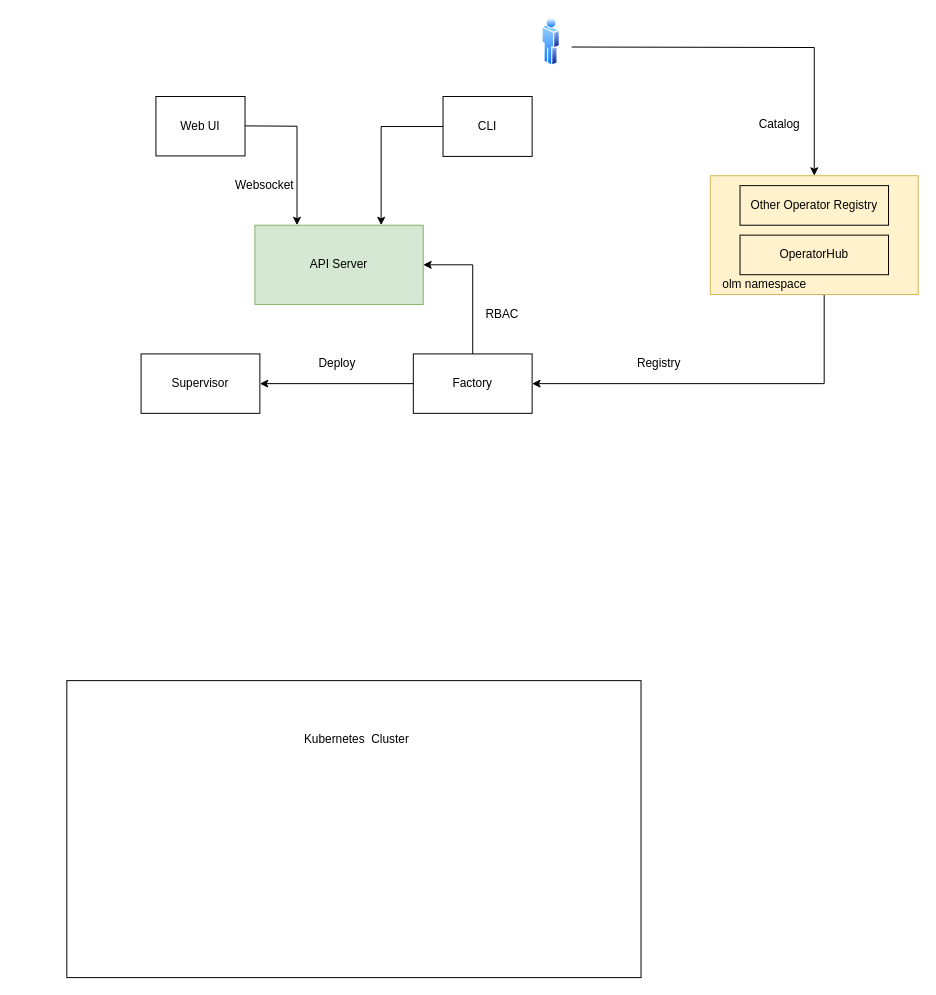
Earlier version of the draw.io diagram docs/olm.drawio (vanguoo/Distributed-Measurement-System). Source tidied: cells renumbered, new cells numbered last; positions are measured from the earlier drawing's top-left corner, leaving out a move shared by most shapes. Both pictures are drawn from the tidied source at 99%, with x=0, y=0 at pixel (66, 17).
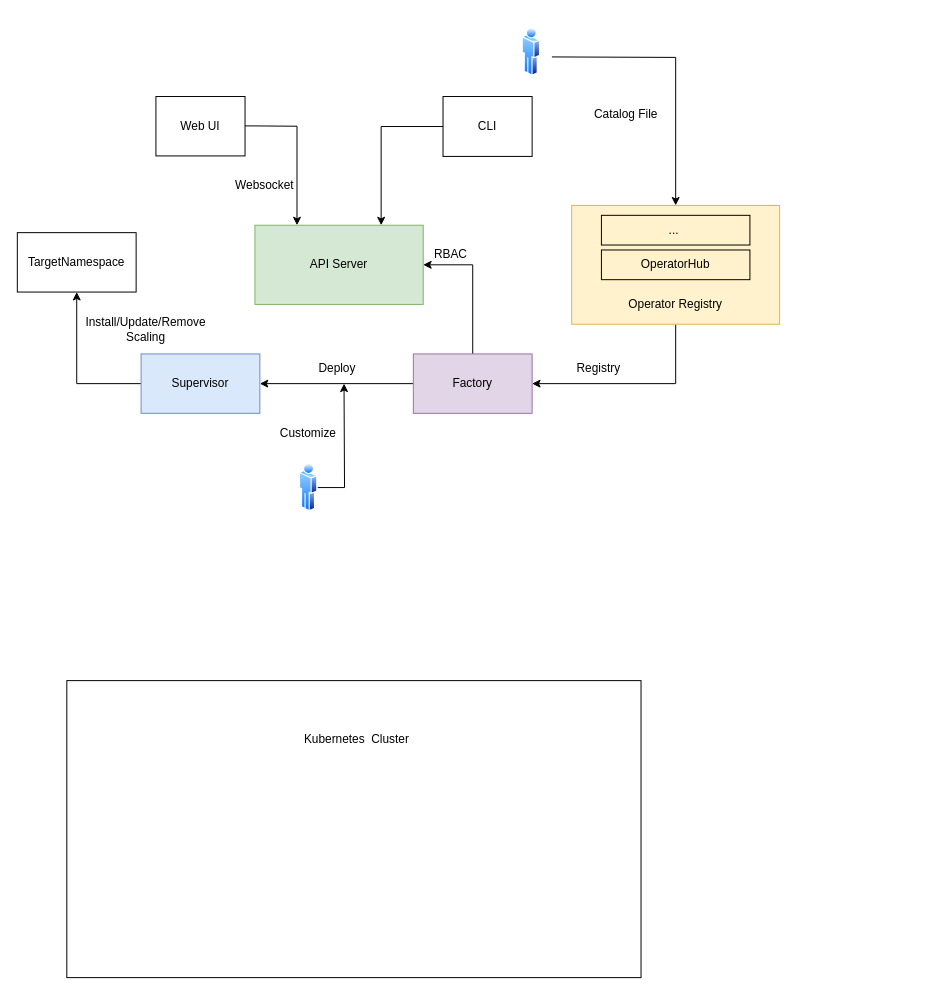
The same diagram, later.

What changed in the source:
```diff
@@
     <mxCell id="2" style="edgeStyle=orthogonalEdgeStyle;rounded=0;jettySize=auto;html=1;" parent="1" edge="1" target="15">
       <mxGeometry relative="1" as="geometry">
-        <mxPoint x="510" y="30" as="sourcePoint" />
+        <mxPoint x="490" y="40" as="sourcePoint" />
       </mxGeometry>
     </mxCell>
@@
+    <mxCell id="25" style="edgeStyle=orthogonalEdgeStyle;rounded=0;jettySize=auto;html=1;entryX=0.5;entryY=1;entryDx=0;entryDy=0;" parent="1" edge="1" source="10" target="27">
+      <mxGeometry relative="1" as="geometry" />
+    </mxCell>
-    <mxCell id="10" value="Supervisor" style="rounded=0;whiteSpace=wrap;html=1;fillColor=none;" parent="1" vertex="1">
+    <mxCell id="10" value="Supervisor" style="rounded=0;whiteSpace=wrap;html=1;fillColor=#dae8fc;strokeColor=#6c8ebf;" parent="1" vertex="1">
       <mxGeometry x="75" y="340" width="120" height="60" as="geometry" />
     </mxCell>
@@
-    <mxCell id="13" value="Factory" style="rounded=0;whiteSpace=wrap;html=1;fillColor=none;" parent="1" vertex="1">
+    <mxCell id="13" value="Factory" style="rounded=0;whiteSpace=wrap;html=1;fillColor=#e1d5e7;strokeColor=#9673a6;" parent="1" vertex="1">
       <mxGeometry x="350" y="340" width="120" height="60" as="geometry" />
     </mxCell>
-    <mxCell id="14" style="edgeStyle=orthogonalEdgeStyle;rounded=0;jettySize=auto;html=1;exitX=0.25;exitY=1;exitDx=0;exitDy=0;entryX=1;entryY=0.5;entryDx=0;entryDy=0;" parent="1" edge="1" source="15" target="13">
-      <mxGeometry relative="1" as="geometry">
-        <Array as="points">
-          <mxPoint x="765" y="270" />
-          <mxPoint x="765" y="370" />
-        </Array>
-      </mxGeometry>
+    <mxCell id="14" style="edgeStyle=orthogonalEdgeStyle;rounded=0;jettySize=auto;html=1;exitX=0.5;exitY=1;exitDx=0;exitDy=0;entryX=1;entryY=0.5;entryDx=0;entryDy=0;" parent="1" edge="1" source="15" target="13">
+      <mxGeometry relative="1" as="geometry" />
     </mxCell>
     <mxCell id="15" style="rounded=0;whiteSpace=wrap;html=1;align=left;strokeColor=#d6b656;fillColor=#fff2cc;" parent="1" vertex="1">
-      <mxGeometry x="650" y="160" width="210" height="120" as="geometry" />
+      <mxGeometry x="510" y="190" width="210" height="120" as="geometry" />
     </mxCell>
     <mxCell id="16" style="perimeter=ellipsePerimeter;html=1;align=center;shadow=0;dashed=0;spacingTop=3;image;image=img/lib/active_directory/user.svg;fillColor=none;" parent="1" vertex="1">
-      <mxGeometry x="480" width="18.5" height="50" as="geometry" />
+      <mxGeometry x="460" y="10" width="18.5" height="50" as="geometry" />
     </mxCell>
-    <mxCell id="17" value="Catalog" style="text;html=1;strokeColor=none;fillColor=none;align=center;verticalAlign=middle;whiteSpace=wrap;rounded=0;" parent="1" vertex="1">
-      <mxGeometry x="680" y="100" width="80" height="16" as="geometry" />
+    <mxCell id="17" value="Catalog File" style="text;html=1;strokeColor=none;fillColor=none;align=center;verticalAlign=middle;whiteSpace=wrap;rounded=0;" parent="1" vertex="1">
+      <mxGeometry x="525" y="90" width="80" height="16" as="geometry" />
     </mxCell>
     <mxCell id="18" value="OperatorHub" style="rounded=0;whiteSpace=wrap;html=1;fillColor=none;" parent="1" vertex="1">
-      <mxGeometry x="680" y="220" width="150" height="40" as="geometry" />
+      <mxGeometry x="540" y="235" width="150" height="30" as="geometry" />
     </mxCell>
     <mxCell id="19" value="RBAC" style="text;html=1;strokeColor=none;fillColor=none;align=center;verticalAlign=middle;whiteSpace=wrap;rounded=0;" parent="1" vertex="1">
-      <mxGeometry x="420" y="290" width="40" height="20" as="geometry" />
+      <mxGeometry x="367.5" y="230" width="40" height="20" as="geometry" />
     </mxCell>
     <mxCell id="20" value="Registry&amp;nbsp;" style="text;html=1;strokeColor=none;fillColor=none;align=center;verticalAlign=middle;whiteSpace=wrap;rounded=0;" parent="1" vertex="1">
-      <mxGeometry x="560" y="342" width="80" height="16" as="geometry" />
+      <mxGeometry x="498.5" y="347" width="80" height="16" as="geometry" />
     </mxCell>
@@
-    <mxCell id="22" value="olm namespace" style="text;html=1;strokeColor=none;fillColor=none;align=center;verticalAlign=middle;whiteSpace=wrap;rounded=0;" parent="1" vertex="1">
-      <mxGeometry x="650" y="260" width="110" height="20" as="geometry" />
-    </mxCell>
-    <mxCell id="23" value="Other Operator Registry" style="rounded=0;whiteSpace=wrap;html=1;fillColor=none;" parent="1" vertex="1">
-      <mxGeometry x="680" y="170" width="150" height="40" as="geometry" />
+    <mxCell id="23" value="...&amp;nbsp;" style="rounded=0;whiteSpace=wrap;html=1;fillColor=none;" parent="1" vertex="1">
+      <mxGeometry x="540" y="200" width="150" height="30" as="geometry" />
     </mxCell>
     <mxCell id="24" value="Deploy&amp;nbsp;" style="text;html=1;strokeColor=none;fillColor=none;align=center;verticalAlign=middle;whiteSpace=wrap;rounded=0;" parent="1" vertex="1">
-      <mxGeometry x="235" y="340" width="80" height="20" as="geometry" />
+      <mxGeometry x="235" y="345" width="80" height="20" as="geometry" />
     </mxCell>
+    <mxCell id="26" value="Install/Update/Remove&lt;br&gt;Scaling" style="text;html=1;strokeColor=none;fillColor=none;align=center;verticalAlign=middle;whiteSpace=wrap;rounded=0;" parent="1" vertex="1">
+      <mxGeometry x="10" y="300" width="140" height="30" as="geometry" />
+    </mxCell>
+    <mxCell id="27" value="TargetNamespace" style="rounded=0;whiteSpace=wrap;html=1;strokeColor=#000000;fillColor=none;" parent="1" vertex="1">
+      <mxGeometry x="-50" y="217.5" width="120" height="60" as="geometry" />
+    </mxCell>
+    <mxCell id="28" value="Operator Registry" style="text;html=1;strokeColor=none;fillColor=none;align=center;verticalAlign=middle;whiteSpace=wrap;rounded=0;" parent="1" vertex="1">
+      <mxGeometry x="565" y="277.5" width="100" height="25" as="geometry" />
+    </mxCell>
+    <mxCell id="29" style="edgeStyle=orthogonalEdgeStyle;rounded=0;jettySize=auto;html=1;" parent="1" edge="1" source="30">
+      <mxGeometry relative="1" as="geometry">
+        <mxPoint x="280" y="370" as="targetPoint" />
+      </mxGeometry>
+    </mxCell>
+    <mxCell id="30" style="perimeter=ellipsePerimeter;html=1;align=center;shadow=0;dashed=0;spacingTop=3;image;image=img/lib/active_directory/user.svg;strokeColor=#000000;fillColor=none;" parent="1" vertex="1">
+      <mxGeometry x="235" y="450" width="18.5" height="50" as="geometry" />
+    </mxCell>
+    <mxCell id="31" value="Customize" style="text;html=1;strokeColor=none;fillColor=none;align=center;verticalAlign=middle;whiteSpace=wrap;rounded=0;" parent="1" vertex="1">
+      <mxGeometry x="207.1" y="410" width="74.2" height="20" as="geometry" />
+    </mxCell>
```
